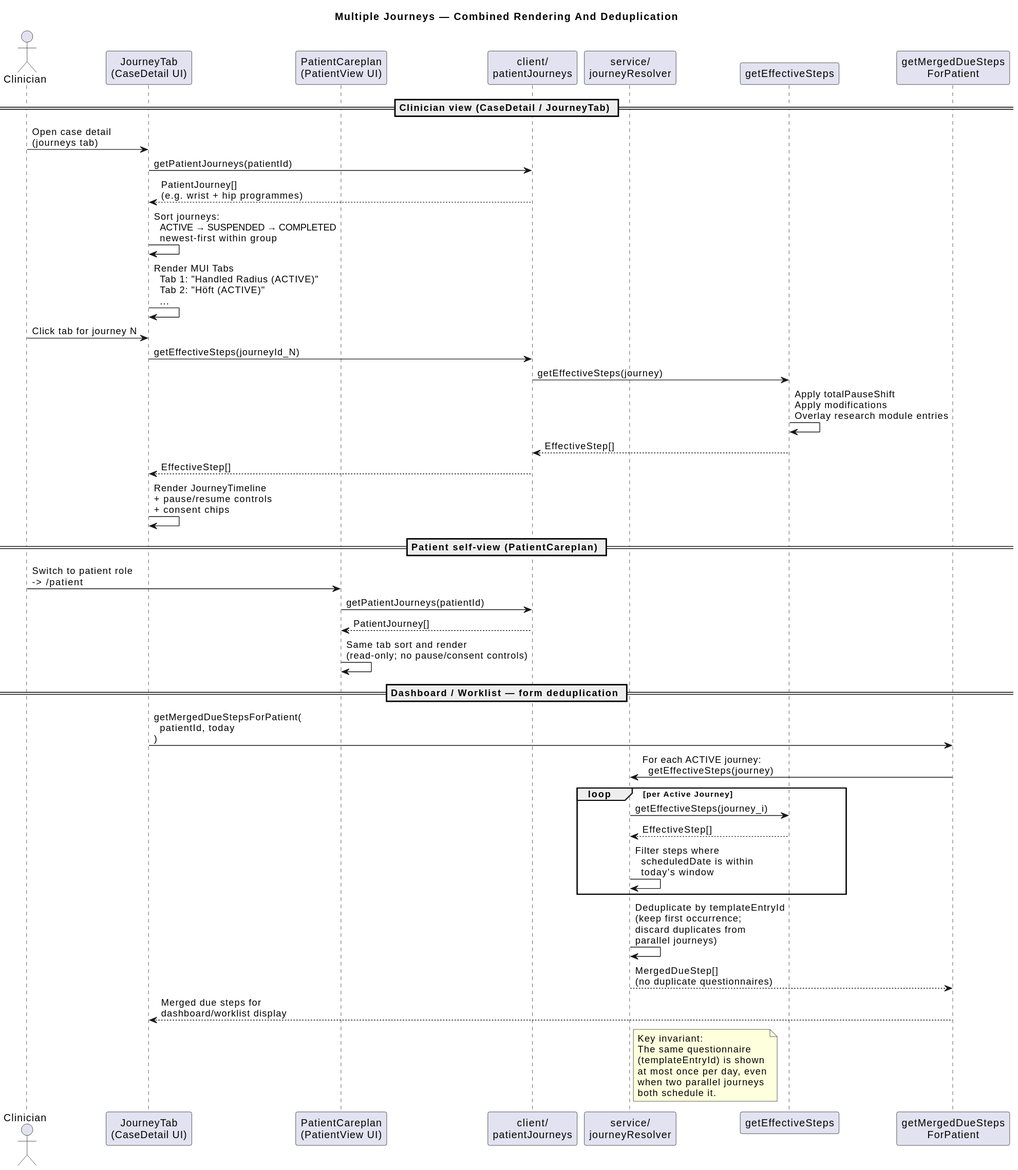
Before: docs/diagrams/multi-journey-tabs.svg, a diagram exported from PlantUML (gforge/DUK).
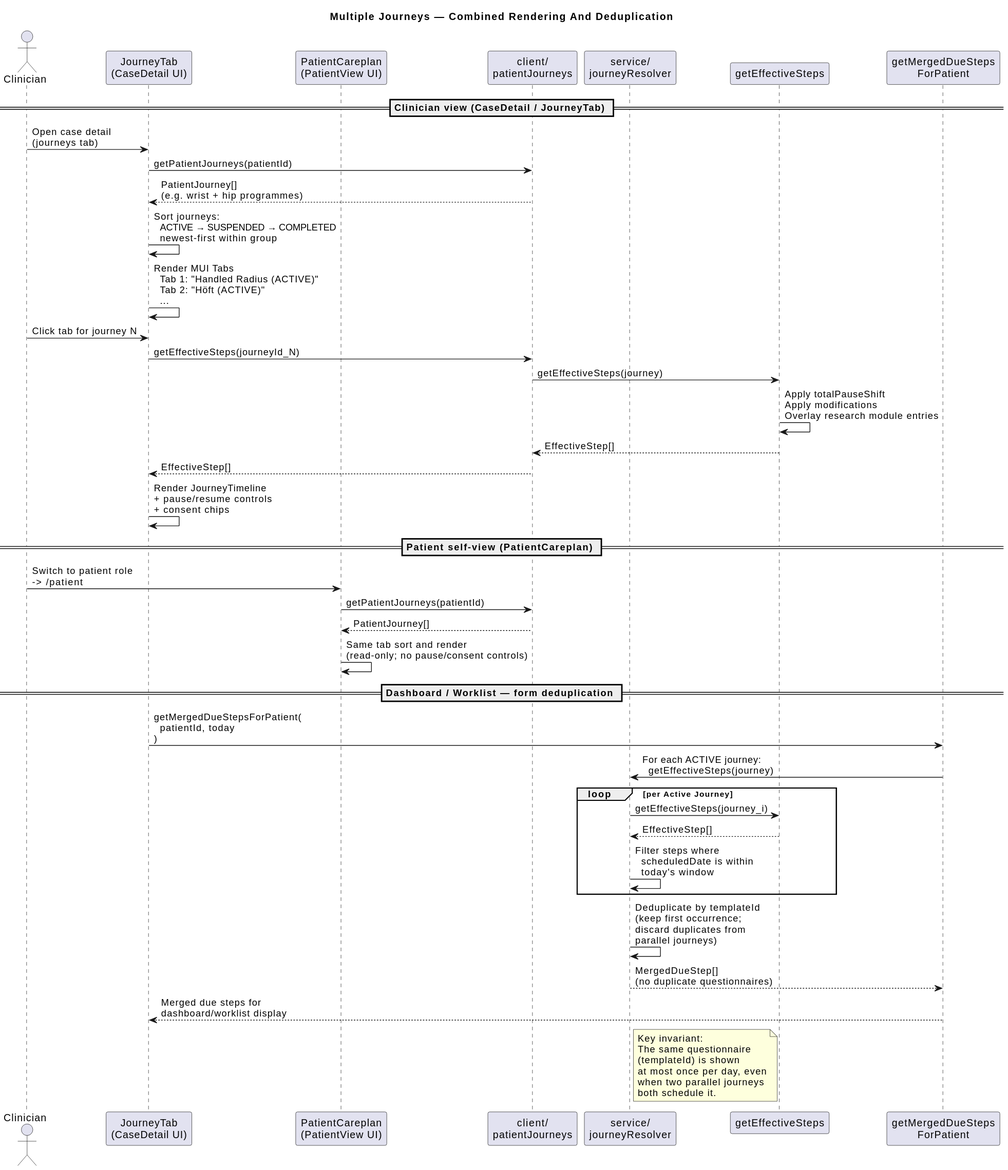
The same file after the commit.

The edit, as a diff of the source:
```diff
@@ -42,14 +42,14 @@
   Resolver -> Resolver : Filter steps where\n  scheduledDate is within\n  today's window
 end
 
-Resolver -> Resolver : Deduplicate by templateEntryId\n(keep first occurrence;\ndiscard duplicates from\nparallel journeys)
+Resolver -> Resolver : Deduplicate by templateId\n(keep first occurrence;\ndiscard duplicates from\nparallel journeys)
 Resolver --> MDS : MergedDueStep[]\n(no duplicate questionnaires)
 MDS --> JT : Merged due steps for\ndashboard/worklist display
 
 note right of Resolver
   Key invariant:
   The same questionnaire
-  (templateEntryId) is shown
+  (templateId) is shown
   at most once per day, even
   when two parallel journeys
   both schedule it.
```
